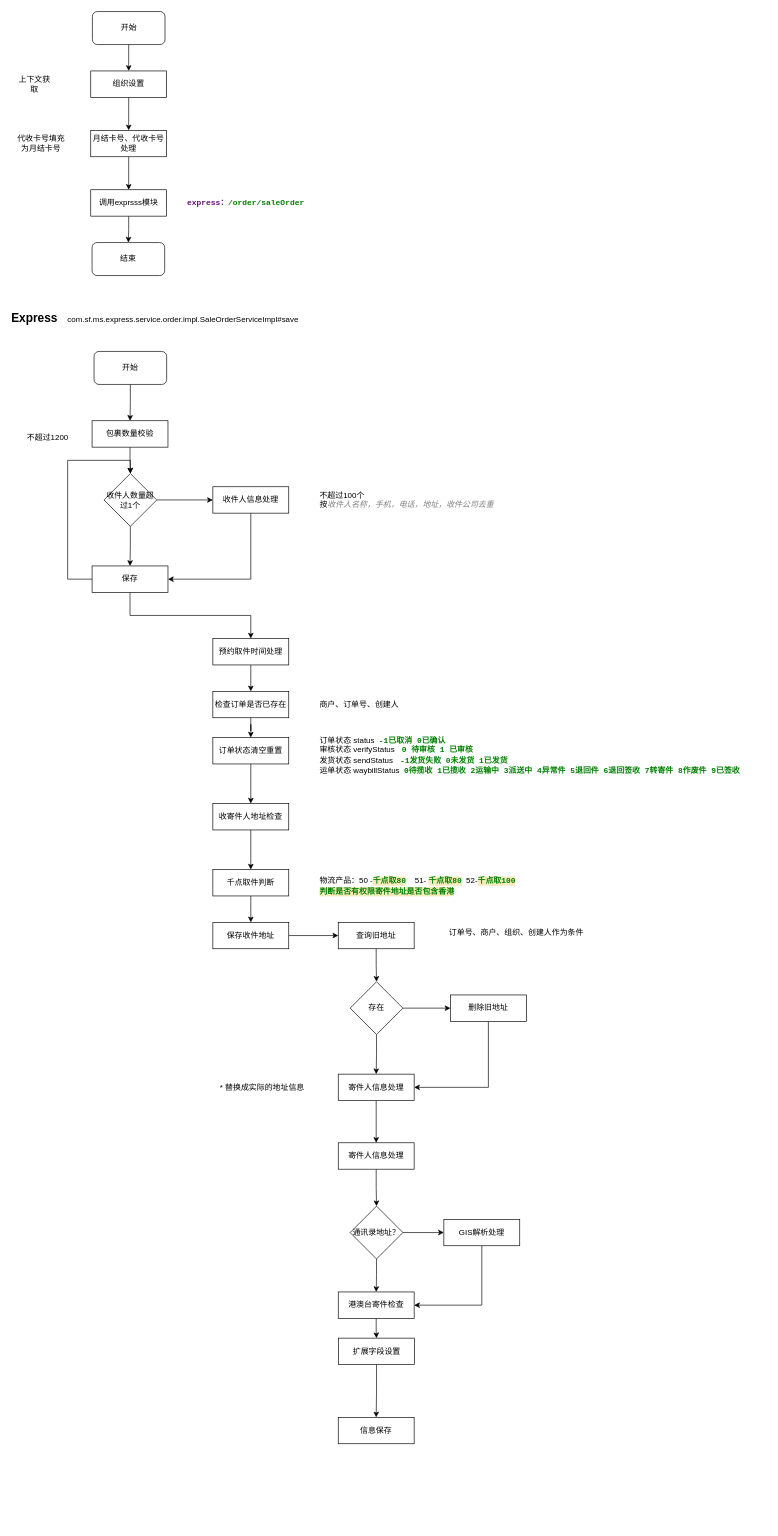
Above: page "人工下单" (2 of 6) of 导入.drawio in vvhard/draw_io (draw.io), before the change. Source tidied: cells renumbered, new cells numbered last; positions are measured from the earlier drawing's top-left corner, leaving out a move shared by most shapes. Both pictures are drawn from the tidied source at 66%, with x=0, y=0 at pixel (15, 11).
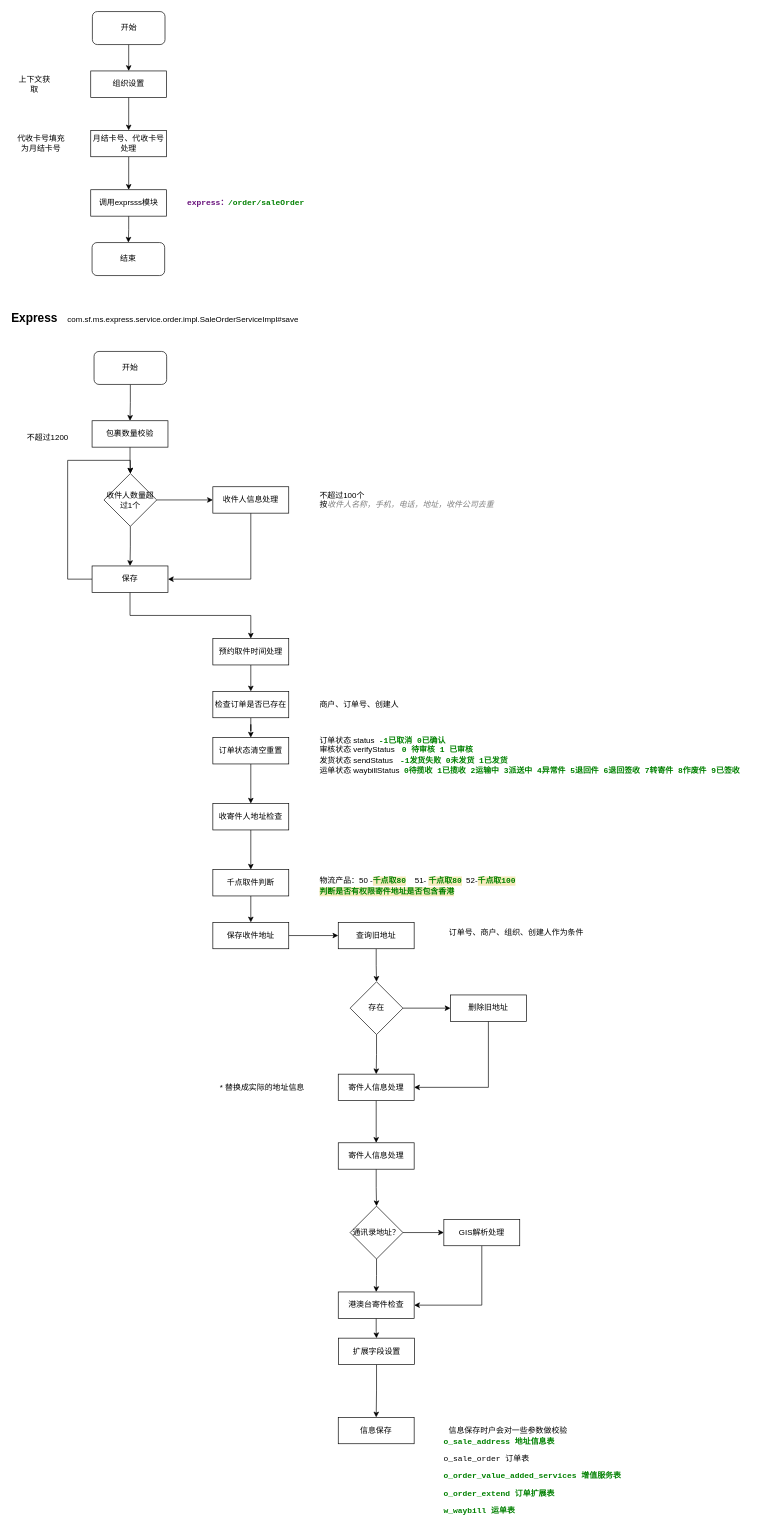
Above is the later version.

Diff of the diagram source:
```diff
@@
+    <mxCell id="68" value="信息保存时户会对一些参数做校验" style="text;html=1;strokeColor=none;fillColor=none;align=center;verticalAlign=middle;whiteSpace=wrap;rounded=0;fontSize=12;" parent="1" vertex="1">
+      <mxGeometry x="640" y="2135" width="215" height="30" as="geometry" />
+    </mxCell>
+    <mxCell id="69" value="&lt;pre style=&quot;background-color: rgb(255, 255, 255); font-family: &amp;quot;Courier New&amp;quot;; font-size: 9pt;&quot;&gt;&lt;span style=&quot;color:#008000;font-weight:bold;&quot;&gt;o_sale_address 地址信息表&lt;/span&gt;&lt;/pre&gt;&lt;pre style=&quot;background-color: rgb(255, 255, 255); font-family: &amp;quot;Courier New&amp;quot;; font-size: 9pt;&quot;&gt;o_sale_order 订单表&lt;/pre&gt;&lt;pre style=&quot;background-color: rgb(255, 255, 255); font-family: &amp;quot;Courier New&amp;quot;; font-size: 9pt;&quot;&gt;&lt;pre style=&quot;font-family: &amp;quot;Courier New&amp;quot;; font-size: 9pt;&quot;&gt;&lt;span style=&quot;color:#008000;font-weight:bold;&quot;&gt;o_order_value_added_services 增值服务表&lt;/span&gt;&lt;/pre&gt;&lt;pre style=&quot;font-family: &amp;quot;Courier New&amp;quot;; font-size: 9pt;&quot;&gt;&lt;span style=&quot;color:#008000;font-weight:bold;&quot;&gt;o_order_extend 订单扩展表&lt;/span&gt;&lt;/pre&gt;&lt;pre style=&quot;font-family: &amp;quot;Courier New&amp;quot;; font-size: 9pt;&quot;&gt;&lt;span style=&quot;color:#008000;font-weight:bold;&quot;&gt;w_waybill 运单表&lt;/span&gt;&lt;/pre&gt;&lt;/pre&gt;" style="text;html=1;strokeColor=none;fillColor=none;align=left;verticalAlign=middle;whiteSpace=wrap;rounded=0;fontSize=12;" parent="1" vertex="1">
+      <mxGeometry x="647.5" y="2170" width="342.5" height="100" as="geometry" />
+    </mxCell>
```
